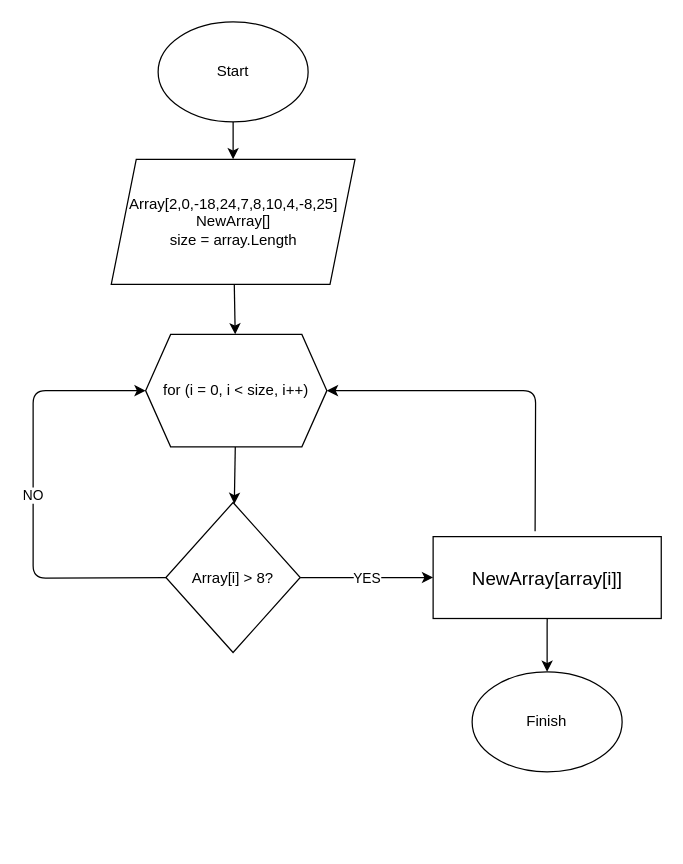
The draw.io diagram MyTask/Algorithm.drawio in EgorkaSP/Practicum26.12, before the edit. Source tidied: cells renumbered, new cells numbered last; positions are measured from the earlier drawing's top-left corner, leaving out a move shared by most shapes. Both pictures are drawn from the tidied source at 125%, with x=0, y=0 at pixel (32, 21).
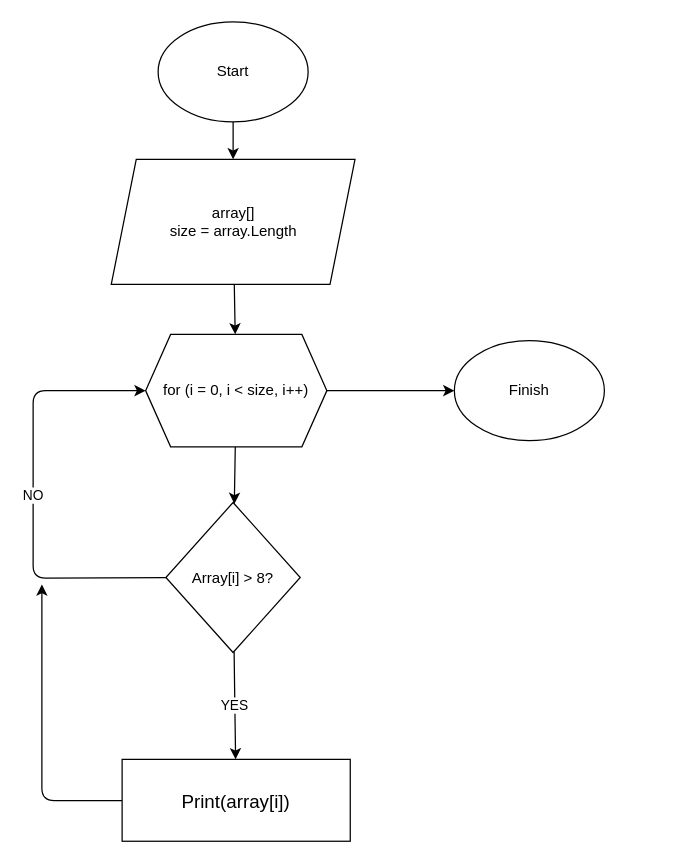
Above is the later version.

Change to the diagram source:
```diff
@@
 <mxGraphModel>
   <root>
     <mxCell id="0" />
     <mxCell id="1" parent="0" />
     <mxCell id="2" style="edgeStyle=none;html=1;" parent="1" edge="1" source="3" target="5">
       <mxGeometry relative="1" as="geometry" />
     </mxCell>
     <mxCell id="3" value="Start" style="ellipse;whiteSpace=wrap;html=1;" parent="1" vertex="1">
       <mxGeometry x="100" width="120" height="80" as="geometry" />
     </mxCell>
     <mxCell id="4" style="edgeStyle=none;html=1;" parent="1" edge="1" source="5" target="7">
       <mxGeometry relative="1" as="geometry" />
     </mxCell>
-    <mxCell id="5" value="Array[2,0,-18,24,7,8,10,4,-8,25]&lt;br&gt;NewArray[]&lt;br&gt;size = array.Length" style="shape=parallelogram;perimeter=parallelogramPerimeter;whiteSpace=wrap;html=1;fixedSize=1;" parent="1" vertex="1">
+    <mxCell id="5" value="array[]&lt;br&gt;size = array.Length" style="shape=parallelogram;perimeter=parallelogramPerimeter;whiteSpace=wrap;html=1;fixedSize=1;" parent="1" vertex="1">
       <mxGeometry x="62.5" y="110" width="195" height="100" as="geometry" />
     </mxCell>
     <mxCell id="6" style="edgeStyle=none;html=1;" parent="1" edge="1" source="7" target="11">
       <mxGeometry relative="1" as="geometry" />
     </mxCell>
+    <mxCell id="13" style="edgeStyle=none;html=1;" parent="1" edge="1" source="7" target="15">
+      <mxGeometry relative="1" as="geometry" />
+    </mxCell>
     <mxCell id="7" value="for (i = 0, i &amp;lt; size, i++)" style="shape=hexagon;perimeter=hexagonPerimeter2;whiteSpace=wrap;html=1;fixedSize=1;" parent="1" vertex="1">
       <mxGeometry x="90" y="250" width="145" height="90" as="geometry" />
     </mxCell>
     <mxCell id="8" style="edgeStyle=none;html=1;entryX=0;entryY=0.5;entryDx=0;entryDy=0;" parent="1" edge="1" source="11" target="7">
       <mxGeometry relative="1" as="geometry">
         <Array as="points">
           <mxPoint y="445" />
           <mxPoint y="295" />
         </Array>
       </mxGeometry>
     </mxCell>
     <mxCell id="9" value="NO" style="edgeLabel;html=1;align=center;verticalAlign=middle;" parent="8" vertex="1">
       <mxGeometry y="1" relative="1" as="geometry" />
     </mxCell>
     <mxCell id="10" value="YES" style="edgeStyle=none;html=1;" parent="1" edge="1" source="11" target="14">
       <mxGeometry relative="1" as="geometry" />
     </mxCell>
     <mxCell id="11" value="Array[i] &amp;gt; 8?" style="rhombus;whiteSpace=wrap;html=1;" parent="1" vertex="1">
       <mxGeometry x="106.2" y="384.5" width="107.5" height="120" as="geometry" />
     </mxCell>
-    <mxCell id="12" style="edgeStyle=none;html=1;entryX=1;entryY=0.5;entryDx=0;entryDy=0;exitX=0.447;exitY=-0.066;exitDx=0;exitDy=0;exitPerimeter=0;" parent="1" edge="1" source="14" target="7">
-      <mxGeometry relative="1" as="geometry">
-        <Array as="points">
-          <mxPoint x="402" y="295" />
-        </Array>
-      </mxGeometry>
-    </mxCell>
-    <mxCell id="13" style="edgeStyle=none;html=1;" parent="1" edge="1" source="14" target="15">
-      <mxGeometry relative="1" as="geometry" />
-    </mxCell>
+    <mxCell id="16" style="edgeStyle=none;html=1;" parent="1" edge="1" source="14">
+      <mxGeometry relative="1" as="geometry">
+        <mxPoint x="7" y="450" as="targetPoint" />
+        <Array as="points">
+          <mxPoint x="7" y="623" />
+        </Array>
+      </mxGeometry>
+    </mxCell>
-    <mxCell id="14" value="&lt;font style=&quot;font-size: 15px&quot;&gt;NewArray[array[i]]&lt;/font&gt;" style="whiteSpace=wrap;html=1;" parent="1" vertex="1">
-      <mxGeometry x="320" y="411.8" width="182.5" height="65.5" as="geometry" />
+    <mxCell id="14" value="&lt;font style=&quot;font-size: 15px&quot;&gt;Print(array[i])&lt;/font&gt;" style="whiteSpace=wrap;html=1;" parent="1" vertex="1">
+      <mxGeometry x="71.2" y="590" width="182.5" height="65.5" as="geometry" />
     </mxCell>
     <mxCell id="15" value="Finish" style="ellipse;whiteSpace=wrap;html=1;" parent="1" vertex="1">
-      <mxGeometry x="351.2" y="520" width="120" height="80" as="geometry" />
+      <mxGeometry x="337" y="255" width="120" height="80" as="geometry" />
     </mxCell>
   </root>
 </mxGraphModel>
```
